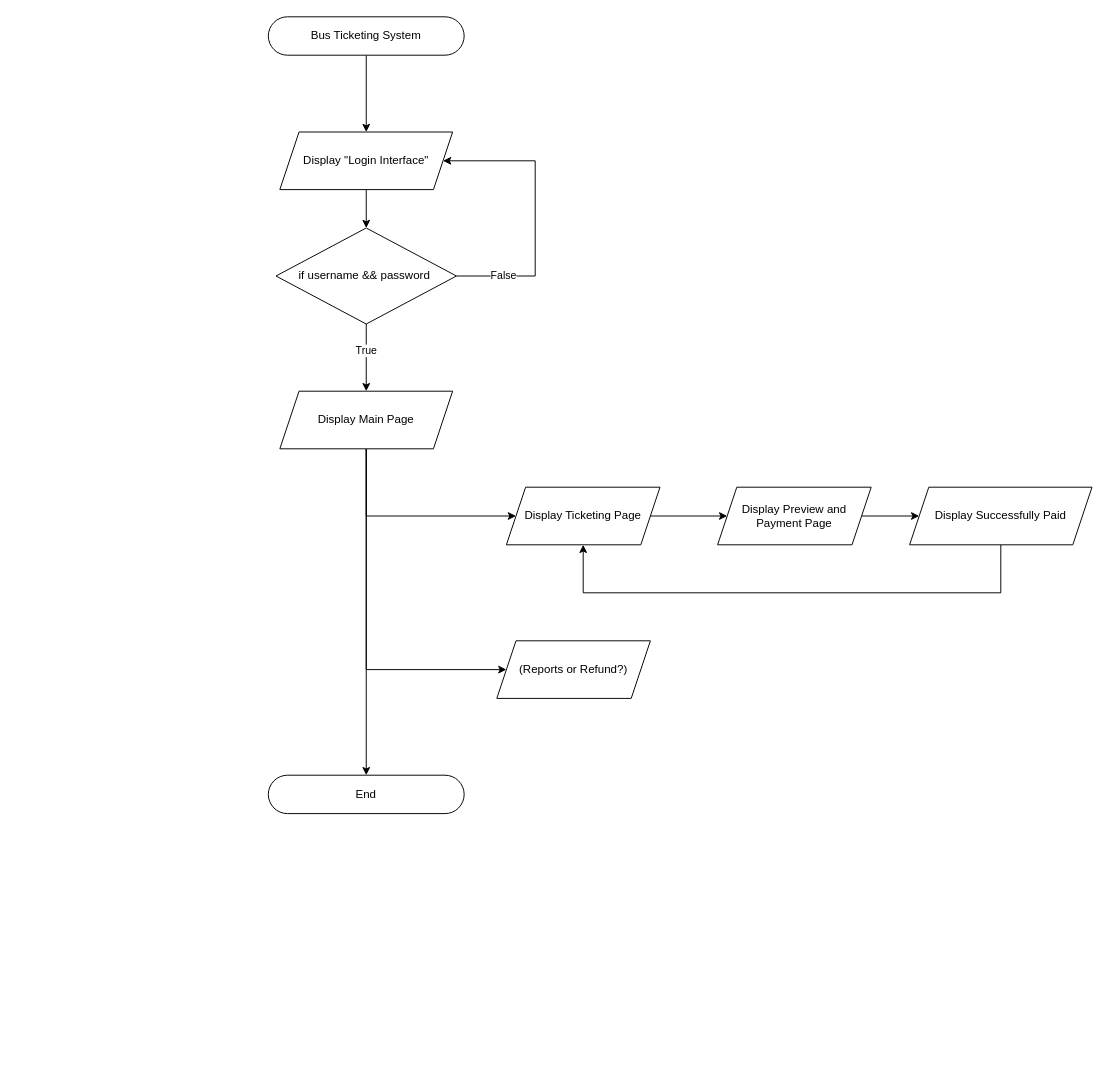
This is Documenation/Bus Ticketing System.drawio from kenny2125/CC103-PROJECT-PROPOSAL, a draw.io file, before an edit. Source tidied: cells renumbered, new cells numbered last; positions are measured from the earlier drawing's top-left corner, leaving out a move shared by most shapes. Both pictures are drawn from the tidied source at 96%, with x=0, y=0 at pixel (268, 16).
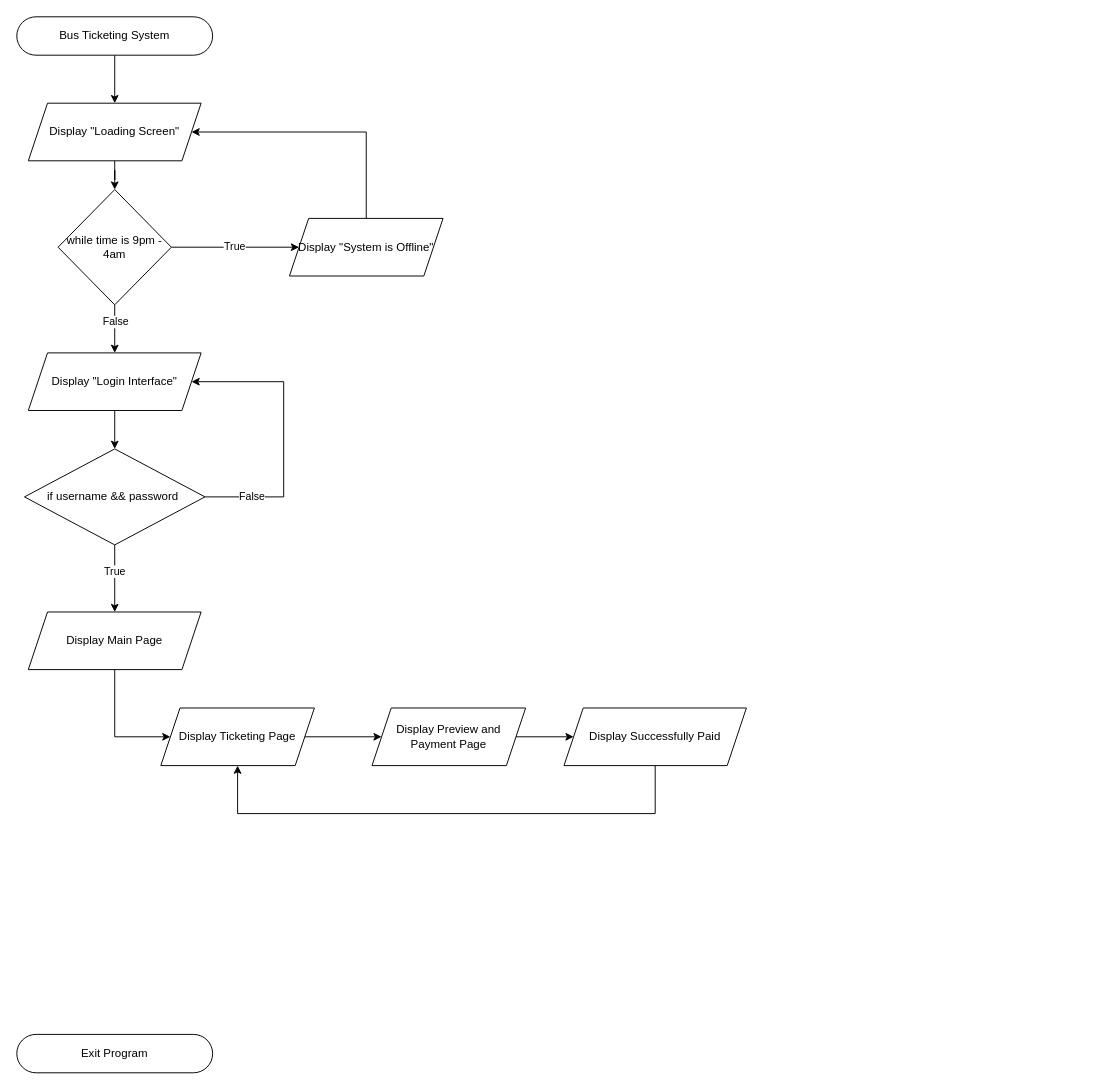
The same diagram, later.

Diff of the diagram source:
```diff
@@
-    <mxCell id="2" style="edgeStyle=orthogonalEdgeStyle;rounded=0;jettySize=auto;html=1;" parent="1" edge="1" source="3" target="5">
-      <mxGeometry relative="1" as="geometry" />
-    </mxCell>
+    <mxCell id="23" style="edgeStyle=orthogonalEdgeStyle;rounded=0;jettySize=auto;html=1;entryX=0.5;entryY=0;entryDx=0;entryDy=0;" parent="1" edge="1" source="3" target="25">
+      <mxGeometry relative="1" as="geometry" />
+    </mxCell>
     <mxCell id="3" value="Bus Ticketing System" style="rounded=1;whiteSpace=wrap;html=1;fontSize=12;glass=0;strokeWidth=1;shadow=0;arcSize=50;" parent="1" vertex="1">
-      <mxGeometry width="204" height="40" as="geometry" />
+      <mxGeometry x="-262" width="204" height="40" as="geometry" />
     </mxCell>
@@
     <mxCell id="5" value="Display &quot;Login Interface&quot;" style="shape=parallelogram;perimeter=parallelogramPerimeter;whiteSpace=wrap;html=1;fixedSize=1;" parent="1" vertex="1">
-      <mxGeometry x="12" y="120" width="180" height="60" as="geometry" />
+      <mxGeometry x="-250" y="350.1" width="180" height="60" as="geometry" />
     </mxCell>
-    <mxCell id="6" value="End" style="rounded=1;whiteSpace=wrap;html=1;fontSize=12;glass=0;strokeWidth=1;shadow=0;arcSize=50;" parent="1" vertex="1">
-      <mxGeometry y="790" width="204" height="40" as="geometry" />
+    <mxCell id="6" value="Exit Program" style="rounded=1;whiteSpace=wrap;html=1;fontSize=12;glass=0;strokeWidth=1;shadow=0;arcSize=50;" parent="1" vertex="1">
+      <mxGeometry x="-262" y="1060" width="204" height="40" as="geometry" />
     </mxCell>
     <mxCell id="7" style="edgeStyle=orthogonalEdgeStyle;rounded=0;jettySize=auto;html=1;entryX=0;entryY=0.5;entryDx=0;entryDy=0;" parent="1" edge="1" source="10" target="17">
       <mxGeometry relative="1" as="geometry">
         <Array as="points">
-          <mxPoint x="102" y="520" />
+          <mxPoint x="-160" y="750" />
         </Array>
       </mxGeometry>
     </mxCell>
-    <mxCell id="8" style="edgeStyle=orthogonalEdgeStyle;rounded=0;jettySize=auto;html=1;" parent="1" edge="1" source="10" target="6">
-      <mxGeometry relative="1" as="geometry" />
-    </mxCell>
-    <mxCell id="9" style="edgeStyle=orthogonalEdgeStyle;rounded=0;jettySize=auto;html=1;entryX=0;entryY=0.5;entryDx=0;entryDy=0;" parent="1" edge="1" source="10" target="20">
-      <mxGeometry relative="1" as="geometry">
-        <Array as="points">
-          <mxPoint x="102" y="680" />
-        </Array>
-      </mxGeometry>
-    </mxCell>
     <mxCell id="10" value="Display Main Page" style="shape=parallelogram;perimeter=parallelogramPerimeter;whiteSpace=wrap;html=1;fixedSize=1;" parent="1" vertex="1">
-      <mxGeometry x="12" y="390" width="180" height="60" as="geometry" />
+      <mxGeometry x="-250" y="620" width="180" height="60" as="geometry" />
     </mxCell>
@@
     <mxCell id="13" style="edgeStyle=orthogonalEdgeStyle;rounded=0;jettySize=auto;html=1;entryX=1;entryY=0.5;entryDx=0;entryDy=0;" parent="1" edge="1" source="15" target="5">
       <mxGeometry relative="1" as="geometry">
         <Array as="points">
-          <mxPoint x="278" y="270" />
-          <mxPoint x="278" y="150" />
+          <mxPoint x="16" y="500" />
+          <mxPoint x="16" y="380.1" />
         </Array>
       </mxGeometry>
     </mxCell>
@@
     <mxCell id="15" value="if username &amp;amp;&amp;amp; password&amp;nbsp;" style="rhombus;whiteSpace=wrap;html=1;" parent="1" vertex="1">
-      <mxGeometry x="8" y="220" width="188" height="100" as="geometry" />
+      <mxGeometry x="-254" y="450.1" width="188" height="100" as="geometry" />
     </mxCell>
@@
     <mxCell id="17" value="Display Ticketing Page" style="shape=parallelogram;perimeter=parallelogramPerimeter;whiteSpace=wrap;html=1;fixedSize=1;" parent="1" vertex="1">
-      <mxGeometry x="248" y="490" width="160" height="60" as="geometry" />
+      <mxGeometry x="-112" y="720" width="160" height="60" as="geometry" />
     </mxCell>
@@
     <mxCell id="19" value="Display Preview and Payment Page" style="shape=parallelogram;perimeter=parallelogramPerimeter;whiteSpace=wrap;html=1;fixedSize=1;" parent="1" vertex="1">
-      <mxGeometry x="468" y="490" width="160" height="60" as="geometry" />
+      <mxGeometry x="108" y="720" width="160" height="60" as="geometry" />
     </mxCell>
+    <mxCell id="24" style="edgeStyle=orthogonalEdgeStyle;rounded=0;jettySize=auto;html=1;entryX=1;entryY=0.5;entryDx=0;entryDy=0;exitX=0.5;exitY=0;exitDx=0;exitDy=0;" parent="1" edge="1" source="20" target="25">
+      <mxGeometry relative="1" as="geometry">
+        <Array as="points">
+          <mxPoint x="102" y="120" />
+        </Array>
+      </mxGeometry>
+    </mxCell>
-    <mxCell id="20" value="(Reports or Refund?)" style="shape=parallelogram;perimeter=parallelogramPerimeter;whiteSpace=wrap;html=1;fixedSize=1;" parent="1" vertex="1">
-      <mxGeometry x="238" y="650" width="160" height="60" as="geometry" />
+    <mxCell id="20" value="Display &quot;System is Offline&quot;" style="shape=parallelogram;perimeter=parallelogramPerimeter;whiteSpace=wrap;html=1;fixedSize=1;" parent="1" vertex="1">
+      <mxGeometry x="22" y="210" width="160" height="60" as="geometry" />
     </mxCell>
     <mxCell id="21" style="edgeStyle=orthogonalEdgeStyle;rounded=0;jettySize=auto;html=1;entryX=0.5;entryY=1;entryDx=0;entryDy=0;" parent="1" edge="1" source="22" target="17">
       <mxGeometry relative="1" as="geometry">
         <Array as="points">
-          <mxPoint x="763" y="600" />
-          <mxPoint x="328" y="600" />
+          <mxPoint x="403" y="830" />
+          <mxPoint x="-32" y="830" />
         </Array>
       </mxGeometry>
     </mxCell>
     <mxCell id="22" value="Display Successfully Paid" style="shape=parallelogram;perimeter=parallelogramPerimeter;whiteSpace=wrap;html=1;fixedSize=1;" parent="1" vertex="1">
-      <mxGeometry x="668" y="490" width="190" height="60" as="geometry" />
+      <mxGeometry x="308" y="720" width="190" height="60" as="geometry" />
     </mxCell>
+    <mxCell id="25" value="Display &quot;Loading Screen&quot;" style="shape=parallelogram;perimeter=parallelogramPerimeter;whiteSpace=wrap;html=1;fixedSize=1;" parent="1" vertex="1">
+      <mxGeometry x="-250" y="90" width="180" height="60" as="geometry" />
+    </mxCell>
+    <mxCell id="26" style="edgeStyle=orthogonalEdgeStyle;rounded=0;jettySize=auto;html=1;entryX=0.5;entryY=0;entryDx=0;entryDy=0;" parent="1" edge="1" source="25" target="31">
+      <mxGeometry relative="1" as="geometry" />
+    </mxCell>
+    <mxCell id="27" style="edgeStyle=orthogonalEdgeStyle;rounded=0;jettySize=auto;html=1;" parent="1" edge="1" source="31" target="20">
+      <mxGeometry relative="1" as="geometry" />
+    </mxCell>
+    <mxCell id="28" value="True" style="edgeLabel;html=1;align=center;verticalAlign=middle;" parent="27" vertex="1">
+      <mxGeometry x="-0.03" y="2" relative="1" as="geometry" />
+    </mxCell>
+    <mxCell id="29" style="edgeStyle=orthogonalEdgeStyle;rounded=0;jettySize=auto;html=1;entryX=0.5;entryY=0;entryDx=0;entryDy=0;" parent="1" edge="1" source="31" target="5">
+      <mxGeometry relative="1" as="geometry" />
+    </mxCell>
+    <mxCell id="30" value="False" style="edgeLabel;html=1;align=center;verticalAlign=middle;" parent="29" vertex="1">
+      <mxGeometry x="-0.32" relative="1" as="geometry" />
+    </mxCell>
+    <mxCell id="31" value="while time is 9pm - 4am" style="rhombus;whiteSpace=wrap;html=1;" parent="1" vertex="1">
+      <mxGeometry x="-219" y="180" width="118" height="120" as="geometry" />
+    </mxCell>
```
